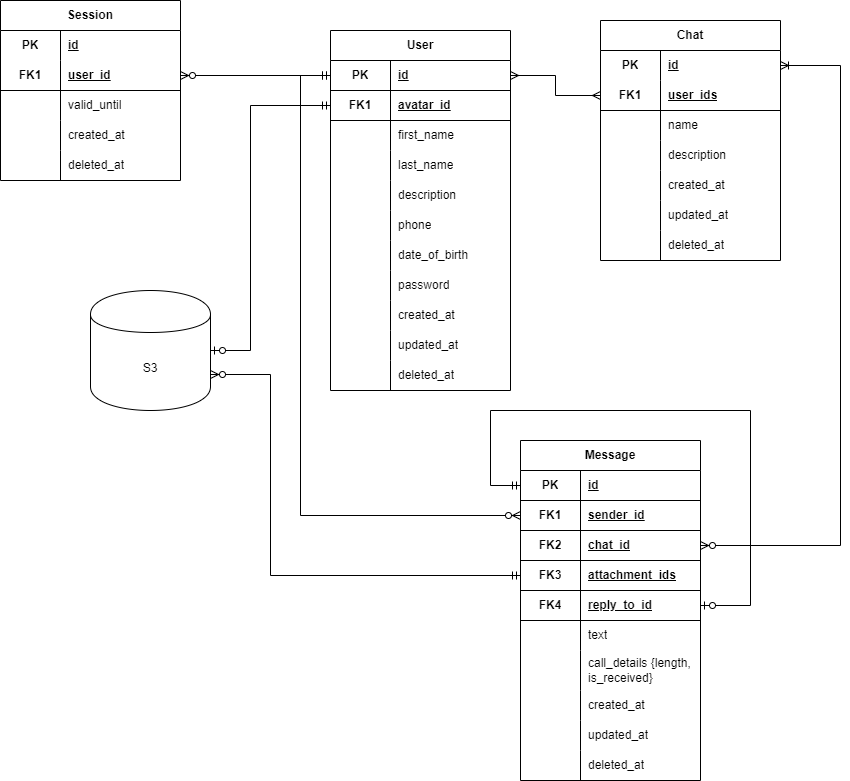
Petr09Mitin/technopark-highload-course-proj keeps this draw.io diagram as db_logical_user.drawio.png. Above is the earlier version. Source tidied: cells renumbered, new cells last; positions are measured from the earlier drawing's top-left corner, leaving out a move shared by most shapes.
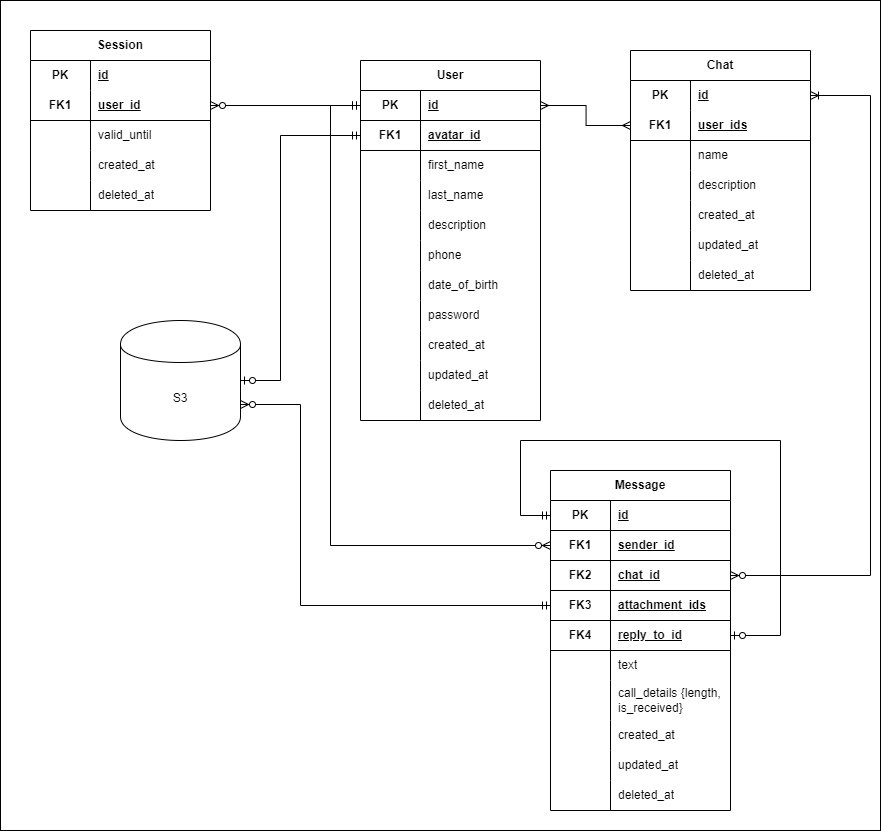
Later version of the same file.

Commit message:
chore: add white bg to schemes

Change to the diagram source:
```diff
@@ -2,6 +2,9 @@
   <root>
     <mxCell id="0" />
     <mxCell id="1" parent="0" />
+    <mxCell id="113" style="rounded=0;whiteSpace=wrap;html=1;" parent="1" vertex="1">
+      <mxGeometry x="-30" y="-10" width="880" height="830" as="geometry" />
+    </mxCell>
     <mxCell id="2" value="User" style="shape=table;startSize=30;rowLines=0;fontStyle=1;align=center;html=1;whiteSpace=wrap;" parent="1" vertex="1">
       <mxGeometry x="330" y="50" width="180" height="360" as="geometry" />
     </mxCell>
```
